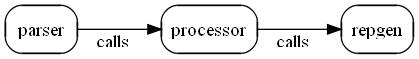
Above: sid-v1.0.png in vinodkd/sid (Graphviz), before the change. Its source is kept beside it as sid-v1.0.dot. Source of this version:
```dot
digraph G{
        node[shape=box style=rounded]
        rankdir=LR

    parser -> processor [label="calls"]

    processor -> repgen [label="calls"]
}
```
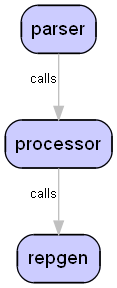
The same file after the commit.

Change to the diagram source:
```diff
@@ -1,8 +1,8 @@
 digraph G{
-        node[shape=box style=rounded]
-        rankdir=LR
+        node[shape=box style="rounded,filled" fontname=Sans fillcolor="#ccccff"]  //i'm terrible partial to to perrywinkle blue ;)
 
-    parser -> processor [label="calls"]
+    parser -> processor [label="calls",color=gray, fontname=Sans fontsize="10"]
 
-    processor -> repgen [label="calls"]
+    processor -> repgen [label="calls",color=gray, fontname=Sans fontsize="10"]
+
 }
```
